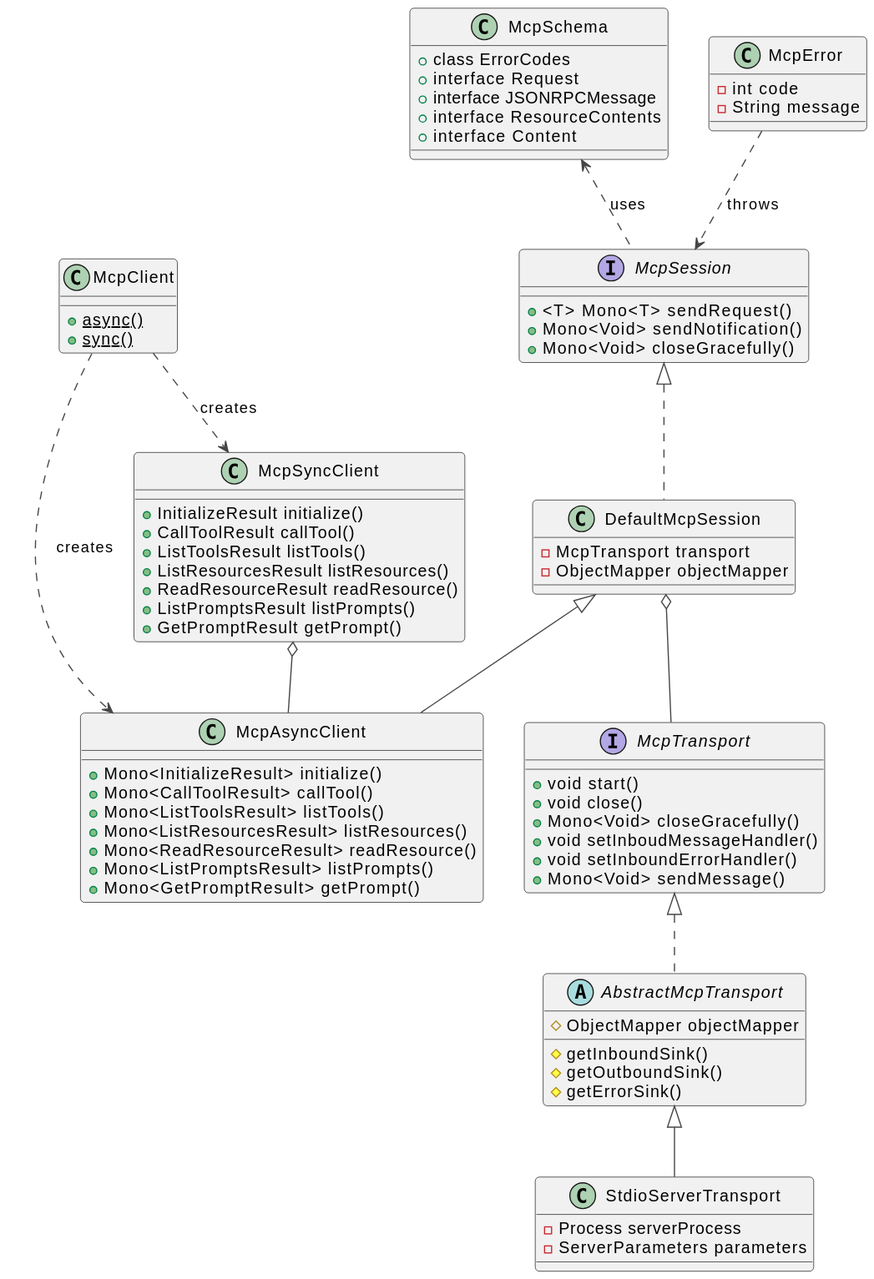
Earlier version of the PlantUML export spring-ai-mcp-core/docs/spring-ai-mcp-uml-classdiagram.svg (ziscloud/java-sdk).
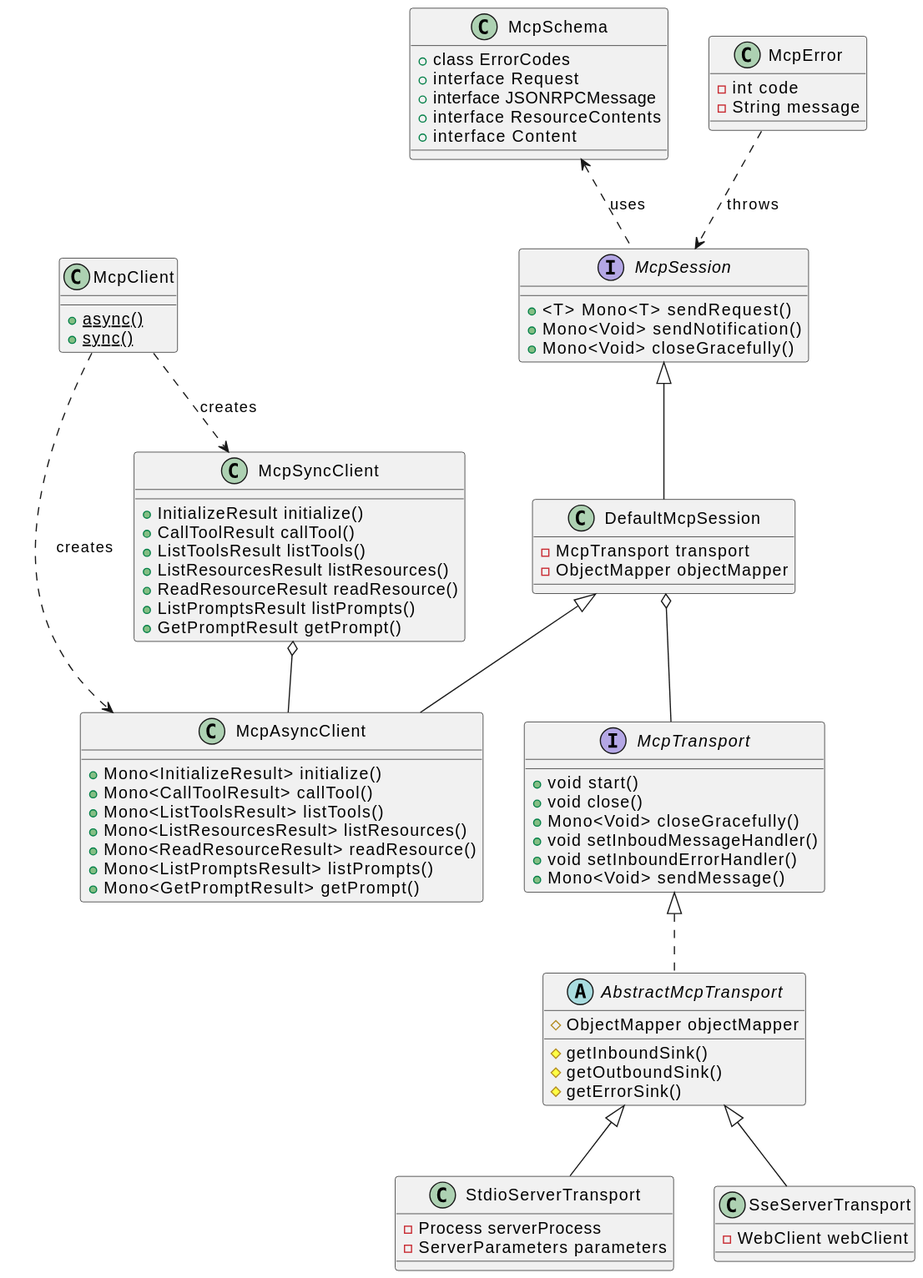
Later version of the same file.

What changed in the source:
```diff
@@ -1,5 +1,4 @@
 @startuml
-!theme vibrant
 interface McpTransport {
   +void start()
   +void close()
@@ -57,6 +56,10 @@
   -ServerParameters parameters
 }
 
+class SseServerTransport {
+  -WebClient webClient
+}
+
 class McpSchema {
   +class ErrorCodes
   +interface Request
@@ -72,7 +75,8 @@
 
 McpTransport <|.. AbstractMcpTransport
 AbstractMcpTransport <|-- StdioServerTransport
-McpSession <|.. DefaultMcpSession
+AbstractMcpTransport <|-- SseServerTransport
+McpSession <|-- DefaultMcpSession
 DefaultMcpSession <|-- McpAsyncClient
 McpClient ..> McpAsyncClient : creates
 McpClient ..> McpSyncClient : creates
```
